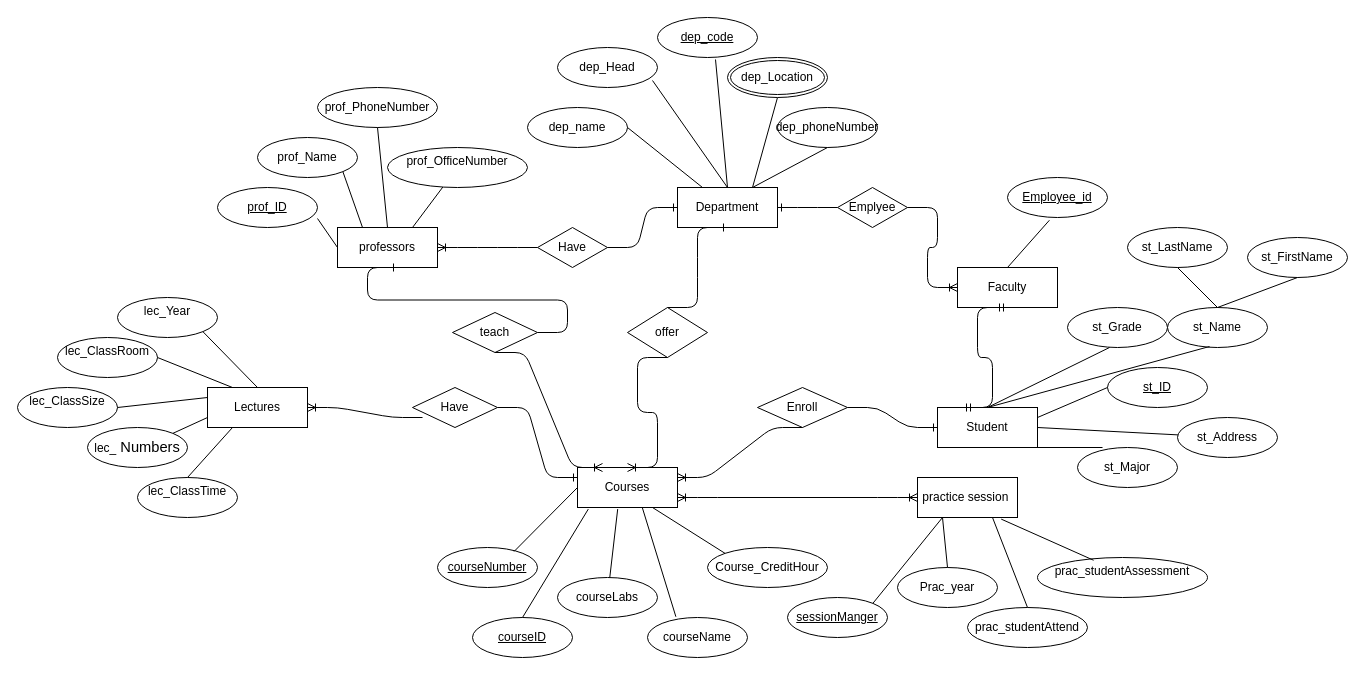
Above: yasmin/Untitled Diagram.drawio in yassmiin/yasminproject (draw.io), before the change. Source tidied: cells renumbered, new cells numbered last; positions are measured from the earlier drawing's top-left corner, leaving out a move shared by most shapes. Both pictures are drawn from the tidied source at 100%, with x=0, y=0 at pixel (17, 17).
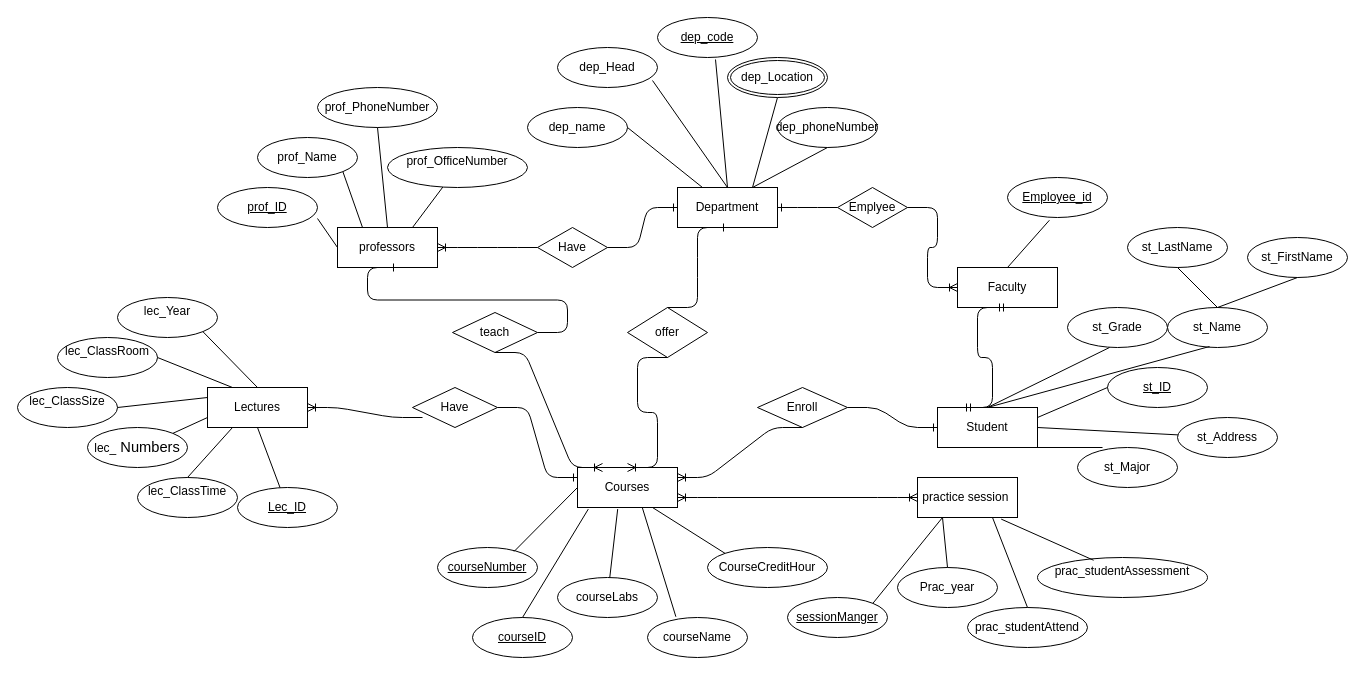
Above is the later version.

Commit message:
student registration system

Unchanged cells that the change refers to:
```xml
<mxCell id="3" value="Lectures" style="whiteSpace=wrap;html=1;align=center;" parent="1" vertex="1">
  <mxGeometry x="190" y="370" width="100" height="40" as="geometry" />
</mxCell>
```

The edit, as a diff of the source:
```diff
@@
-    <mxCell id="47" value="Course_CreditHour" style="ellipse;whiteSpace=wrap;html=1;align=center;" parent="1" vertex="1">
+    <mxCell id="47" value="CourseCreditHour" style="ellipse;whiteSpace=wrap;html=1;align=center;" parent="1" vertex="1">
       <mxGeometry x="690" y="530" width="120" height="40" as="geometry" />
     </mxCell>
@@
+    <mxCell id="91" value="&lt;u&gt;Lec_ID&lt;/u&gt;" style="ellipse;whiteSpace=wrap;html=1;align=center;" parent="1" vertex="1">
+      <mxGeometry x="220" y="470" width="100" height="40" as="geometry" />
+    </mxCell>
+    <mxCell id="92" style="endArrow=none;html=1;rounded=0;exitX=0.5;exitY=1;exitDx=0;exitDy=0;" parent="1" edge="1" source="3" target="91">
+      <mxGeometry relative="1" as="geometry" />
+    </mxCell>
```
